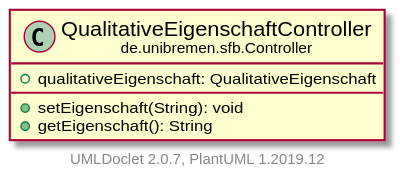
Earlier version of the PlantUML export doc/UML/modulsichtSVG/QualitativeEigenschaftController.svg (fkehlenb/softwareprojekt-2). The source it was exported from:
```plantuml
@startuml
    set namespaceSeparator none
    hide empty fields
    hide empty methods

    class "<size:14>QualitativeEigenschaftController\n<size:10>de.unibremen.sfb.Controller" as de.unibremen.sfb.Controller.QualitativeEigenschaftController [[QualitativeEigenschaftController.html]] {
        +qualitativeEigenschaft: QualitativeEigenschaft
        +setEigenschaft(String): void
        +getEigenschaft(): String
    }

    center footer UMLDoclet 2.0.7, PlantUML 1.2019.12
@enduml
```
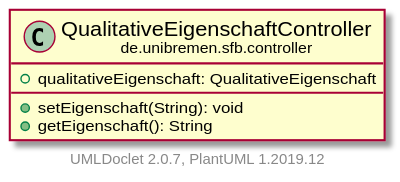
After the commit.

What changed in the source:
```diff
@@ -3,7 +3,7 @@
     hide empty fields
     hide empty methods
 
-    class "<size:14>QualitativeEigenschaftController\n<size:10>de.unibremen.sfb.Controller" as de.unibremen.sfb.Controller.QualitativeEigenschaftController [[QualitativeEigenschaftController.html]] {
+    class "<size:14>QualitativeEigenschaftController\n<size:10>de.unibremen.sfb.controller" as de.unibremen.sfb.controller.QualitativeEigenschaftController [[QualitativeEigenschaftController.html]] {
         +qualitativeEigenschaft: QualitativeEigenschaft
         +setEigenschaft(String): void
         +getEigenschaft(): String
```
